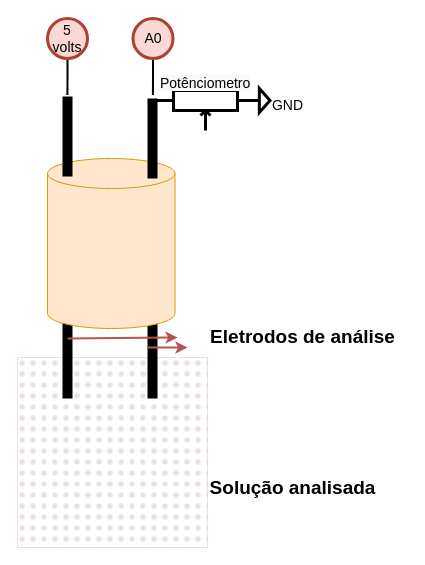
wesleytessaro/gepso keeps this draw.io diagram as Ciclo 22-23/030-2022/Prototipo-desenho.drawio. Above is the earlier version. Source tidied: cells renumbered, new cells numbered last; positions are measured from the earlier drawing's top-left corner, leaving out a move shared by most shapes. Both pictures are drawn from the tidied source at 100%, with x=0, y=0 at pixel (17, 18).
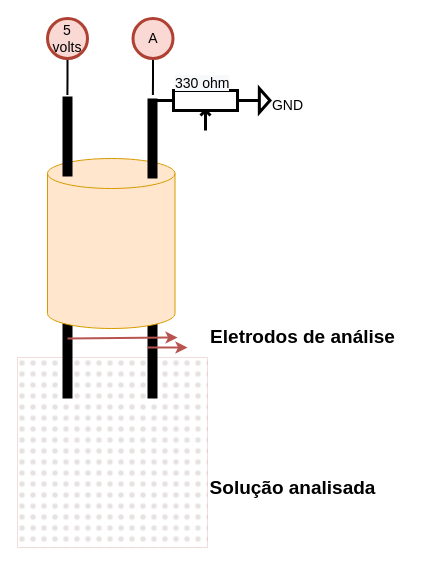
Above is the later version.

The edit, as a diff of the source:
```diff
@@
-    <mxCell id="13" value="&lt;span style=&quot;color: rgb(0, 0, 0); font-family: Helvetica; font-size: 14px; font-style: normal; font-variant-ligatures: normal; font-variant-caps: normal; font-weight: 400; letter-spacing: normal; orphans: 2; text-align: center; text-indent: 0px; text-transform: none; widows: 2; word-spacing: 0px; -webkit-text-stroke-width: 0px; background-color: rgb(248, 249, 250); text-decoration-thickness: initial; text-decoration-style: initial; text-decoration-color: initial; float: none; display: inline !important;&quot;&gt;Potênciometro&lt;/span&gt;" style="text;whiteSpace=wrap;html=1;fontSize=14;" parent="1" vertex="1">
-      <mxGeometry x="141" y="50" width="120" height="40" as="geometry" />
+    <mxCell id="13" value="&lt;span style=&quot;color: rgb(0, 0, 0); font-family: Helvetica; font-size: 14px; font-style: normal; font-variant-ligatures: normal; font-variant-caps: normal; font-weight: 400; letter-spacing: normal; orphans: 2; text-align: center; text-indent: 0px; text-transform: none; widows: 2; word-spacing: 0px; -webkit-text-stroke-width: 0px; background-color: rgb(248, 249, 250); text-decoration-thickness: initial; text-decoration-style: initial; text-decoration-color: initial; float: none; display: inline !important;&quot;&gt;330 ohm&lt;/span&gt;" style="text;whiteSpace=wrap;html=1;fontSize=14;" parent="1" vertex="1">
+      <mxGeometry x="155.5" y="50" width="120" height="40" as="geometry" />
     </mxCell>
@@
-    <mxCell id="17" value="A0" style="ellipse;whiteSpace=wrap;html=1;fillStyle=solid;fontSize=14;strokeColor=#ae4132;strokeWidth=3;fillColor=#fad9d5;" parent="1" vertex="1">
+    <mxCell id="17" value="A" style="ellipse;whiteSpace=wrap;html=1;fillStyle=solid;fontSize=14;strokeColor=#ae4132;strokeWidth=3;fillColor=#fad9d5;" parent="1" vertex="1">
       <mxGeometry x="115.5" width="40" height="40" as="geometry" />
     </mxCell>
```
